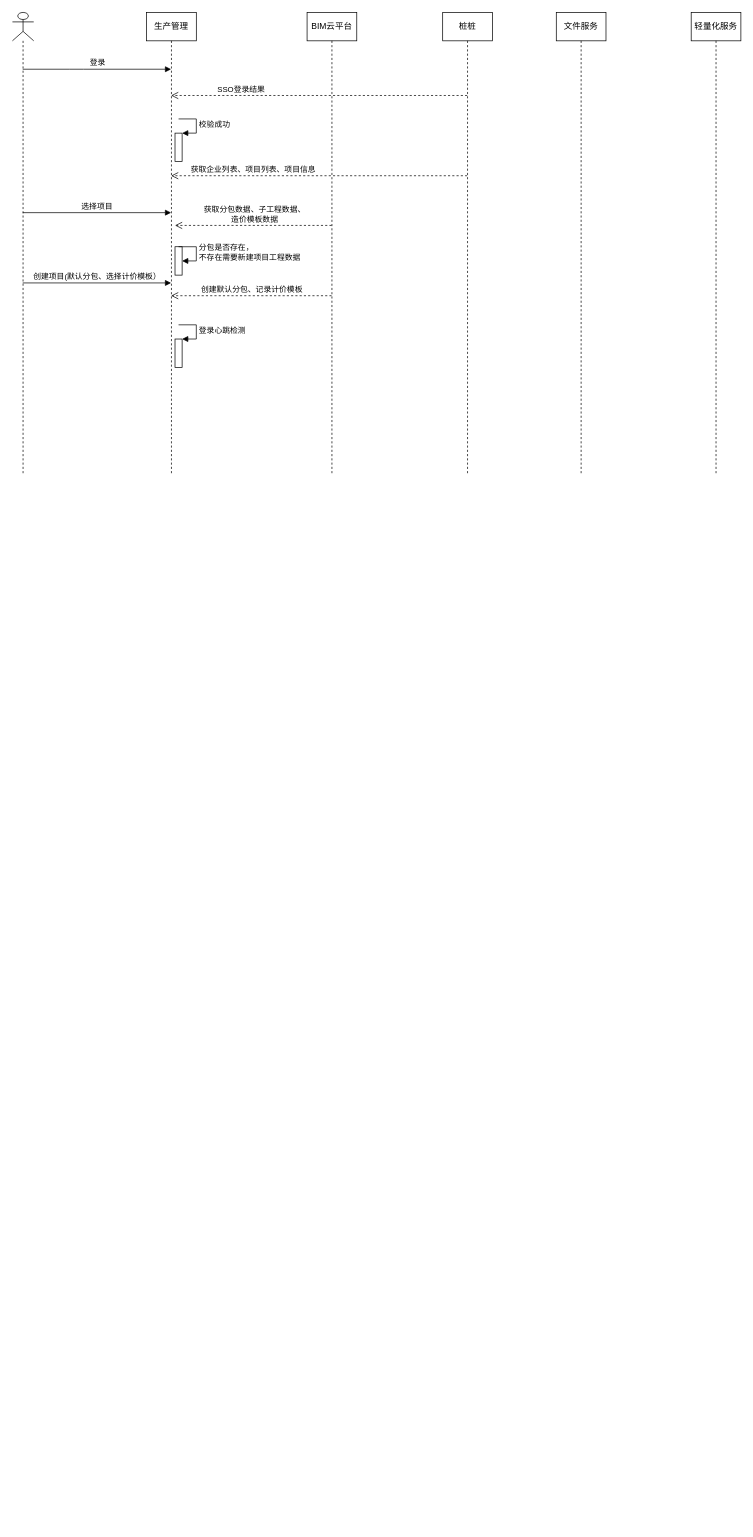
The draw.io diagram BIM云.drawio in fmx0717/uml, before the edit. Source tidied: cells renumbered, new cells numbered last; positions are measured from the earlier drawing's top-left corner, leaving out a move shared by most shapes. Both pictures are drawn from the tidied source at 71%, with x=0, y=0 at pixel (12, 12).
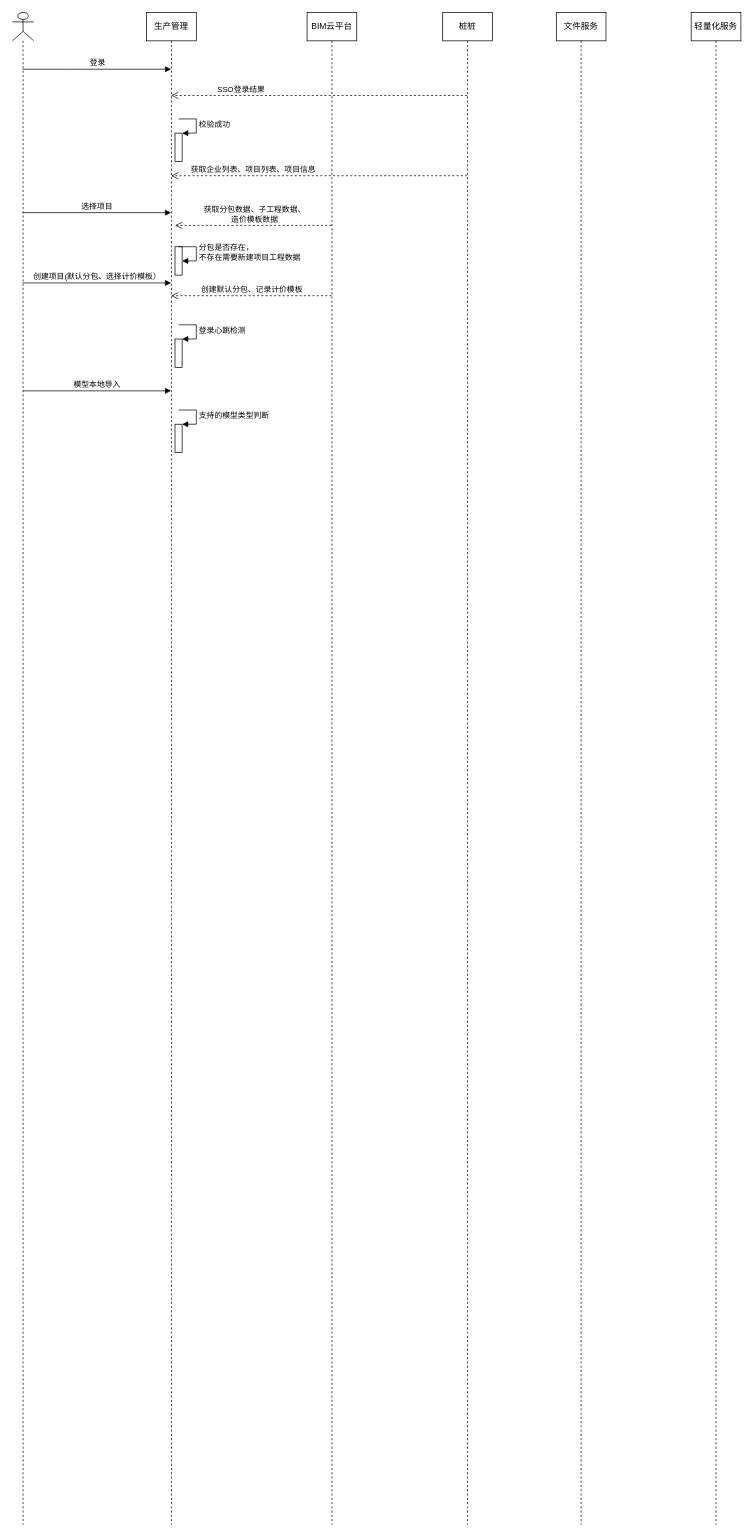
The same page after the edit.

What changed in the source:
```diff
@@
     <mxCell id="2" style="group;" parent="1" vertex="1">
-      <mxGeometry width="972" height="650" as="geometry" />
+      <mxGeometry width="1026" height="2130" as="geometry" />
     </mxCell>
     <mxCell id="3" style="shape=umlLifeline;participant=umlActor;perimeter=lifelinePerimeter;whiteSpace=wrap;html=1;verticalAlign=top;spacingTop=36;outlineConnect=0;" parent="2" vertex="1">
-      <mxGeometry width="30" height="650" as="geometry" />
+      <mxGeometry width="30" height="2130" as="geometry" />
     </mxCell>
     <mxCell id="4" value="生产管理" style="shape=umlLifeline;perimeter=lifelinePerimeter;whiteSpace=wrap;html=1;outlineConnect=0;" parent="2" vertex="1">
-      <mxGeometry x="189" width="70" height="650" as="geometry" />
+      <mxGeometry x="189" width="70" height="2130" as="geometry" />
     </mxCell>
@@
+    <mxCell id="22" style="html=1;points=[];perimeter=orthogonalPerimeter;" parent="4" vertex="1">
+      <mxGeometry x="40" y="580" width="10" height="40" as="geometry" />
+    </mxCell>
+    <mxCell id="23" value="支持的模型类型判断" style="edgeStyle=orthogonalEdgeStyle;html=1;align=left;spacingLeft=2;endArrow=block;rounded=0;entryX=1;entryY=0;" parent="4" edge="1" target="22">
+      <mxGeometry relative="1" as="geometry">
+        <mxPoint x="45" y="560" as="sourcePoint" />
+        <Array as="points">
+          <mxPoint x="70" y="560" />
+        </Array>
+      </mxGeometry>
+    </mxCell>
     <mxCell id="12" value="BIM云平台" style="shape=umlLifeline;perimeter=lifelinePerimeter;whiteSpace=wrap;html=1;outlineConnect=0;" parent="2" vertex="1">
-      <mxGeometry x="415" width="70" height="650" as="geometry" />
+      <mxGeometry x="415" width="70" height="2130" as="geometry" />
     </mxCell>
     <mxCell id="13" value="桩桩" style="shape=umlLifeline;perimeter=lifelinePerimeter;whiteSpace=wrap;html=1;outlineConnect=0;" parent="2" vertex="1">
-      <mxGeometry x="606" width="70" height="650" as="geometry" />
+      <mxGeometry x="606" width="70" height="2130" as="geometry" />
     </mxCell>
     <mxCell id="14" value="文件服务" style="shape=umlLifeline;perimeter=lifelinePerimeter;whiteSpace=wrap;html=1;" parent="2" vertex="1">
-      <mxGeometry x="766" width="70" height="650" as="geometry" />
+      <mxGeometry x="766" width="70" height="2130" as="geometry" />
     </mxCell>
     <mxCell id="15" value="轻量化服务" style="shape=umlLifeline;perimeter=lifelinePerimeter;whiteSpace=wrap;html=1;" parent="2" vertex="1">
-      <mxGeometry x="956" width="70" height="650" as="geometry" />
+      <mxGeometry x="956" width="70" height="2130" as="geometry" />
     </mxCell>
@@
+    <mxCell id="24" value="模型本地导入" style="html=1;verticalAlign=bottom;endArrow=block;" parent="2" edge="1">
+      <mxGeometry relative="1" as="geometry">
+        <mxPoint x="14.5" y="533" as="sourcePoint" />
+        <mxPoint x="223.5" y="533" as="targetPoint" />
+      </mxGeometry>
+    </mxCell>
```
